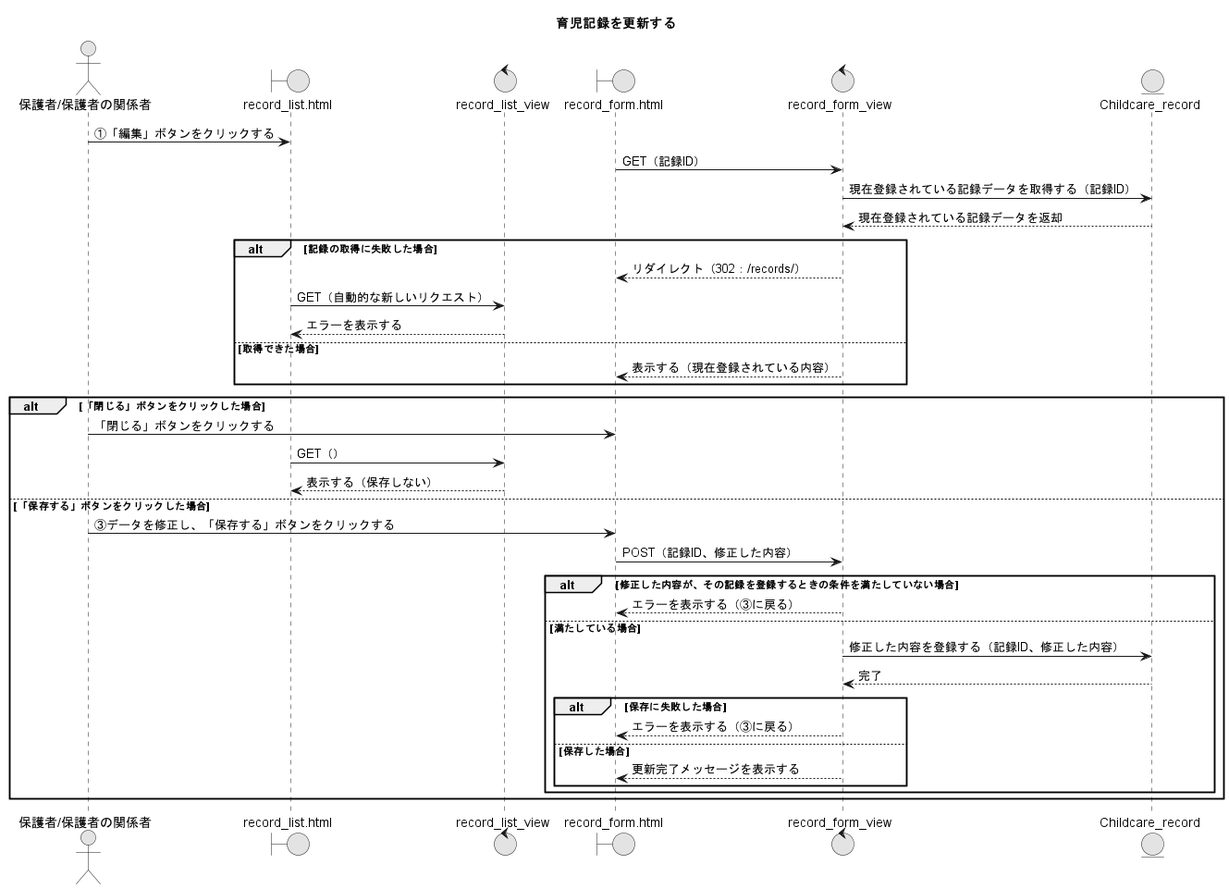
Ma2naga190330/26_sotugyou_puml keeps this PlantUML diagram as PNG/15_育児記録を更新する.png. Above is the earlier version. Its diagram source:
```plantuml
@startuml
title 育児記録を更新する
skinparam defaultFontName "Noto Sans CJK JP"
skinparam monochrome true

actor "保護者/保護者の関係者" as A
boundary "record_list.html" as RLP
control "record_list_view" as RLV
boundary "record_form.html" as RFP
control "record_form_view" as RFV
entity "Childcare_record" as CRM

A -> RLP : ①「編集」ボタンをクリックする
RFP -> RFV : GET（記録ID）
RFV -> CRM : 現在登録されている記録データを取得する（記録ID）
RFV <-- CRM : 現在登録されている記録データを返却
alt 記録の取得に失敗した場合
  RFV --> RFP : リダイレクト（302：/records/）
  RLP -> RLV : GET（自動的な新しいリクエスト）
  RLV --> RLP : エラーを表示する
else 取得できた場合
  RFV --> RFP : 表示する（現在登録されている内容）
end

alt 「閉じる」ボタンをクリックした場合
  A -> RFP : 「閉じる」ボタンをクリックする
  RLP -> RLV : GET（）
  RLV --> RLP : 表示する（保存しない）
else 「保存する」ボタンをクリックした場合
  A -> RFP : ③データを修正し、「保存する」ボタンをクリックする
  RFP -> RFV : POST（記録ID、修正した内容）
  alt 修正した内容が、その記録を登録するときの条件を満たしていない場合
    RFV --> RFP : エラーを表示する（③に戻る）
  else 満たしている場合
    RFV -> CRM : 修正した内容を登録する（記録ID、修正した内容）
    RFV <-- CRM : 完了
    alt 保存に失敗した場合
      RFV --> RFP : エラーを表示する（③に戻る）
    else 保存した場合
      RFV --> RFP : 更新完了メッセージを表示する
    end
  end
end
@enduml
```
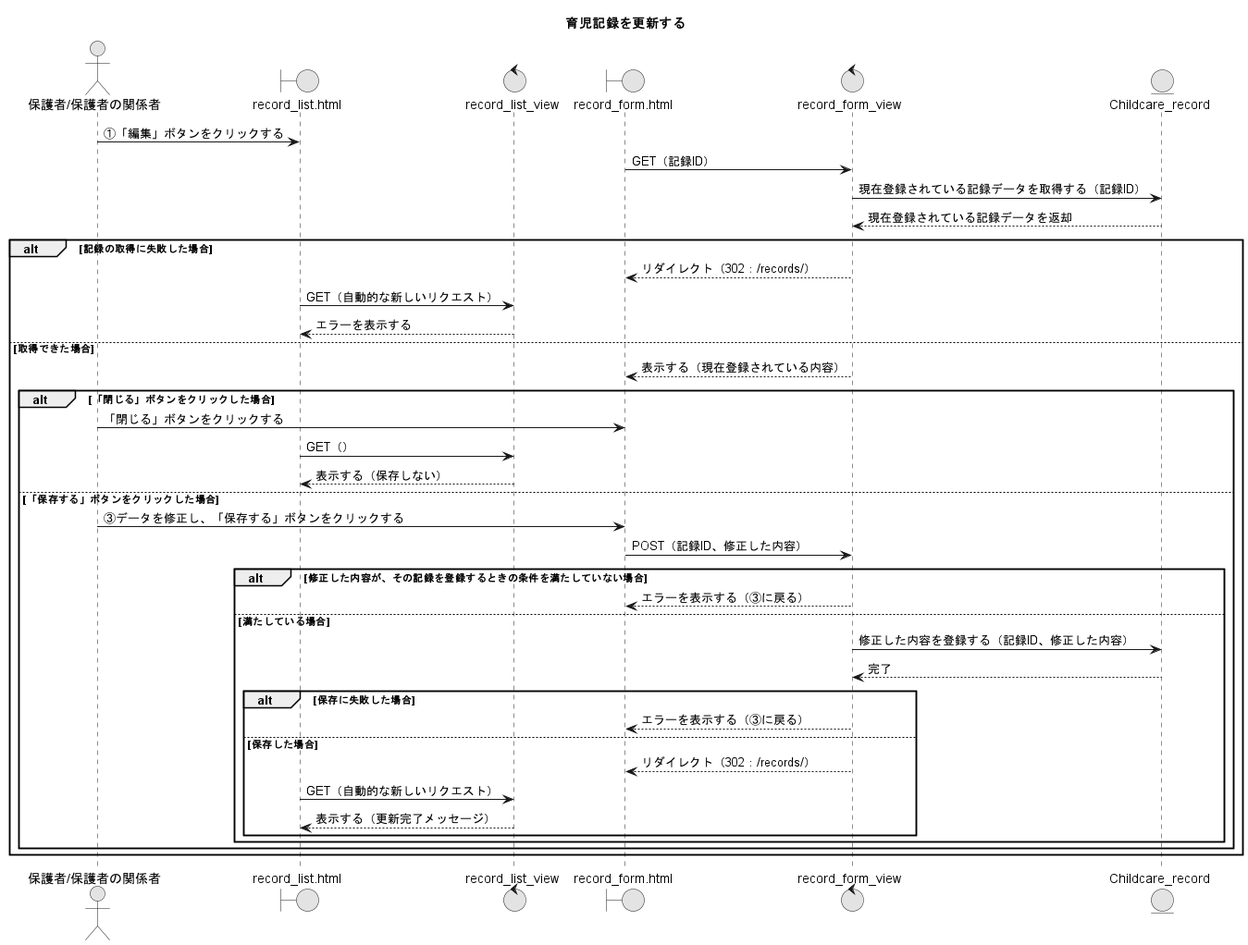
After the change.

What changed in the source:
```diff
@@ -20,24 +20,26 @@
   RLV --> RLP : エラーを表示する
 else 取得できた場合
   RFV --> RFP : 表示する（現在登録されている内容）
-end
 
-alt 「閉じる」ボタンをクリックした場合
-  A -> RFP : 「閉じる」ボタンをクリックする
-  RLP -> RLV : GET（）
-  RLV --> RLP : 表示する（保存しない）
-else 「保存する」ボタンをクリックした場合
-  A -> RFP : ③データを修正し、「保存する」ボタンをクリックする
-  RFP -> RFV : POST（記録ID、修正した内容）
-  alt 修正した内容が、その記録を登録するときの条件を満たしていない場合
-    RFV --> RFP : エラーを表示する（③に戻る）
-  else 満たしている場合
-    RFV -> CRM : 修正した内容を登録する（記録ID、修正した内容）
-    RFV <-- CRM : 完了
-    alt 保存に失敗した場合
+  alt 「閉じる」ボタンをクリックした場合
+    A -> RFP : 「閉じる」ボタンをクリックする
+    RLP -> RLV : GET（）
+    RLV --> RLP : 表示する（保存しない）
+  else 「保存する」ボタンをクリックした場合
+    A -> RFP : ③データを修正し、「保存する」ボタンをクリックする
+    RFP -> RFV : POST（記録ID、修正した内容）
+    alt 修正した内容が、その記録を登録するときの条件を満たしていない場合
       RFV --> RFP : エラーを表示する（③に戻る）
-    else 保存した場合
-      RFV --> RFP : 更新完了メッセージを表示する
+    else 満たしている場合
+      RFV -> CRM : 修正した内容を登録する（記録ID、修正した内容）
+      RFV <-- CRM : 完了
+      alt 保存に失敗した場合
+        RFV --> RFP : エラーを表示する（③に戻る）
+      else 保存した場合
+        RFV --> RFP : リダイレクト（302：/records/）
+        RLP -> RLV : GET（自動的な新しいリクエスト）
+        RLV --> RLP : 表示する（更新完了メッセージ）
+      end
     end
   end
 end
```
